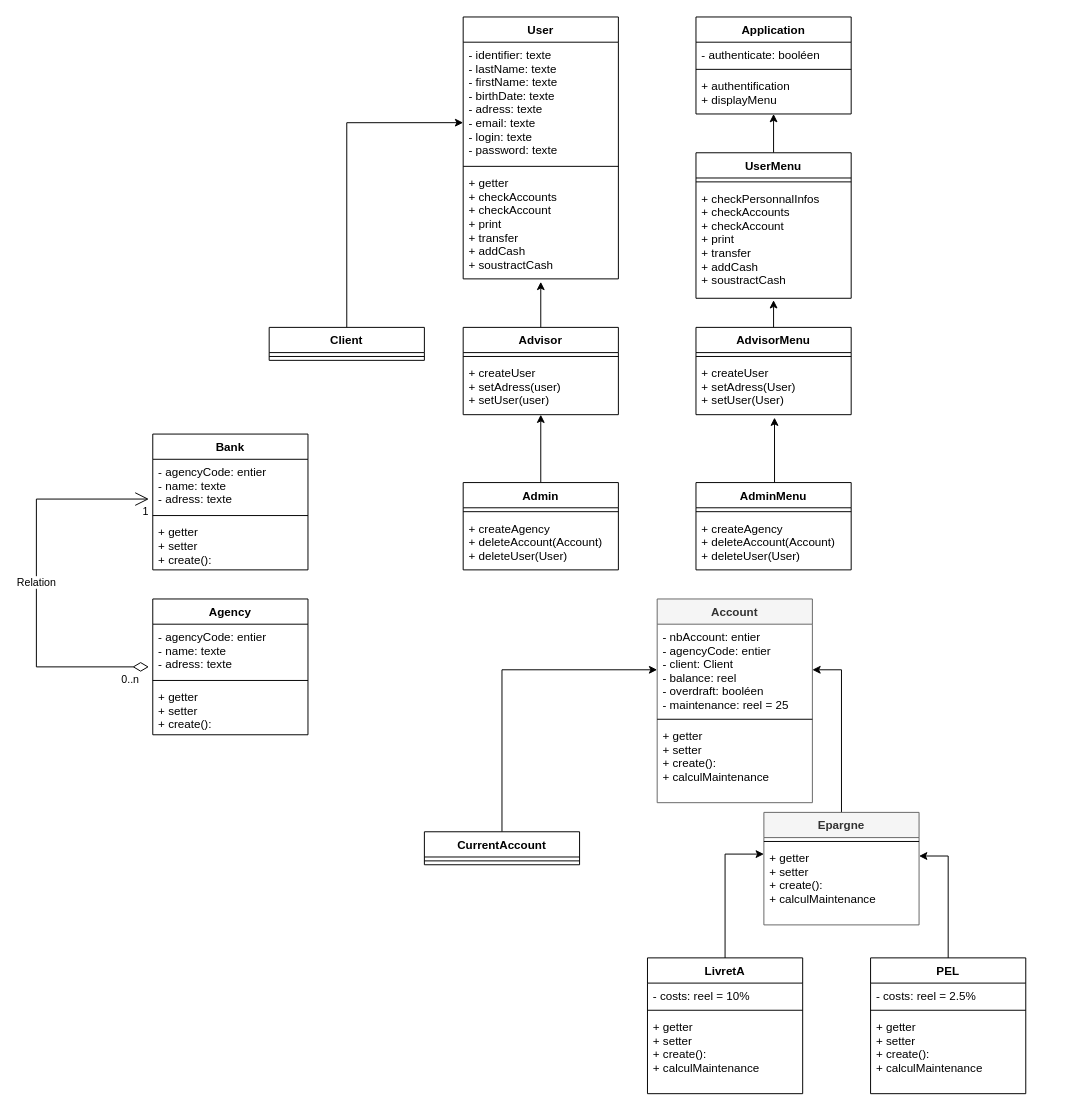
Above: CDA Banque.drawio in Yoann-Fortin/CDA-Banque (draw.io), before the change. Source tidied: cells renumbered, new cells numbered last; positions are measured from the earlier drawing's top-left corner, leaving out a move shared by most shapes. Both pictures are drawn from the tidied source at 97%, with x=0, y=0 at pixel (36, 16).
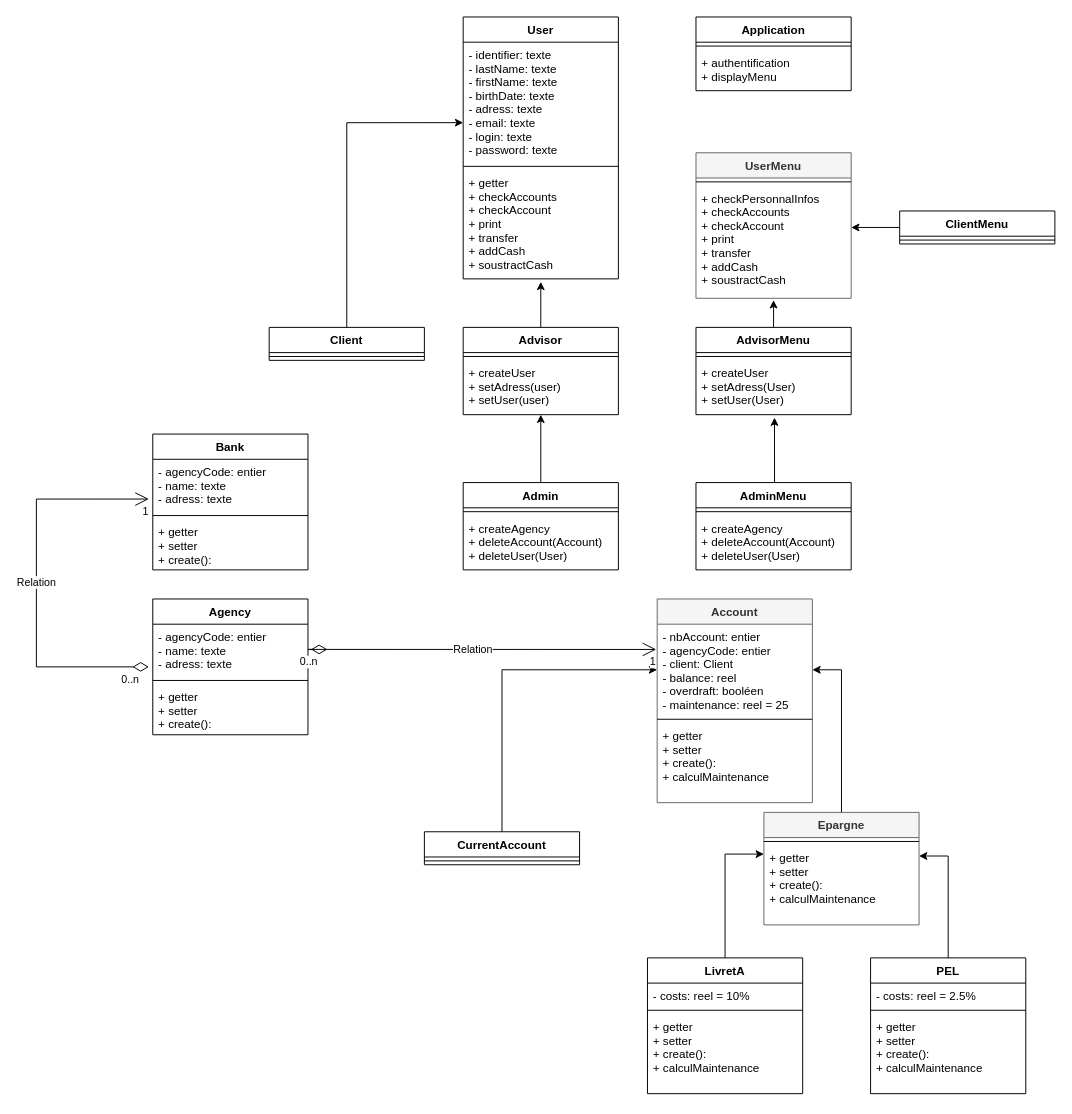
The same page after the edit.

The change refers to these unchanged cells:
```xml
<mxCell id="3" value="- nbAccount: entier&#10;- agencyCode: entier&#10;- client: Client&#10;- balance: reel&#10;- overdraft: booléen&#10;- maintenance: reel = 25" style="text;strokeColor=none;fillColor=none;align=left;verticalAlign=top;spacingLeft=4;spacingRight=4;overflow=hidden;points=[[0,0.5],[1,0.5]];portConstraint=eastwest;" parent="2" vertex="1">
  <mxGeometry y="26" width="160" height="94" as="geometry" />
</mxCell>
<mxCell id="42" value="+ checkPersonnalInfos&#10;+ checkAccounts&#10;+ checkAccount&#10;+ print&#10;+ transfer&#10;+ addCash&#10;+ soustractCash" style="text;strokeColor=none;fillColor=none;align=left;verticalAlign=top;spacingLeft=4;spacingRight=4;overflow=hidden;points=[[0,0.5],[1,0.5]];portConstraint=eastwest;" parent="40" vertex="1">
  <mxGeometry y="34" width="160" height="116" as="geometry" />
</mxCell>
```

Change to the diagram source:
```diff
@@
     <mxCell id="35" value="Application" style="swimlane;fontStyle=1;align=center;verticalAlign=top;horizontal=1;startSize=26;" parent="1" vertex="1">
-      <mxGeometry x="680" width="160" height="100" as="geometry" />
+      <mxGeometry x="680" width="160" height="76" as="geometry" />
     </mxCell>
-    <mxCell id="36" value="- authenticate: booléen" style="text;strokeColor=none;fillColor=none;align=left;verticalAlign=top;spacingLeft=4;spacingRight=4;overflow=hidden;" parent="35" vertex="1">
-      <mxGeometry y="26" width="160" height="24" as="geometry" />
-    </mxCell>
     <mxCell id="37" style="line;strokeWidth=1;fillColor=none;align=left;verticalAlign=middle;spacingTop=-1;spacingLeft=3;spacingRight=3;labelPosition=right;" parent="35" vertex="1">
-      <mxGeometry y="50" width="160" height="8" as="geometry" />
+      <mxGeometry y="26" width="160" height="8" as="geometry" />
     </mxCell>
     <mxCell id="38" value="+ authentification&#10;+ displayMenu" style="text;strokeColor=none;fillColor=none;align=left;verticalAlign=top;spacingLeft=4;spacingRight=4;overflow=hidden;points=[[0,0.5],[1,0.5]];portConstraint=eastwest;" parent="35" vertex="1">
-      <mxGeometry y="58" width="160" height="42" as="geometry" />
+      <mxGeometry y="34" width="160" height="42" as="geometry" />
     </mxCell>
-    <mxCell id="39" style="edgeStyle=orthogonalEdgeStyle;rounded=0;jettySize=auto;html=1;exitX=0.5;exitY=0;exitDx=0;exitDy=0;entryX=0.5;entryY=1;entryDx=0;entryDy=0;entryPerimeter=0;" parent="1" edge="1" source="40" target="38">
-      <mxGeometry relative="1" as="geometry" />
-    </mxCell>
-    <mxCell id="40" value="UserMenu" style="swimlane;fontStyle=1;align=center;verticalAlign=top;horizontal=1;startSize=26;" parent="1" vertex="1">
+    <mxCell id="40" value="UserMenu" style="swimlane;fontStyle=1;align=center;verticalAlign=top;horizontal=1;startSize=26;fillColor=#f5f5f5;fontColor=#333333;strokeColor=#666666;" parent="1" vertex="1">
       <mxGeometry x="680" y="140" width="160" height="150" as="geometry" />
     </mxCell>
@@
+    <mxCell id="65" value="Relation" style="endArrow=open;html=1;endSize=12;startArrow=diamondThin;startSize=14;startFill=0;edgeStyle=orthogonalEdgeStyle;rounded=0;entryX=-0.006;entryY=0.277;entryDx=0;entryDy=0;entryPerimeter=0;" parent="1" edge="1" target="3">
+      <mxGeometry relative="1" as="geometry">
+        <mxPoint x="300" y="652" as="sourcePoint" />
+        <Array as="points">
+          <mxPoint x="280" y="652" />
+        </Array>
+      </mxGeometry>
+    </mxCell>
+    <mxCell id="66" value="0..n" style="edgeLabel;html=1;align=left;verticalAlign=top;" parent="65" vertex="1">
+      <mxGeometry x="-1" relative="1" as="geometry">
+        <mxPoint x="-30" as="offset" />
+      </mxGeometry>
+    </mxCell>
+    <mxCell id="67" value="1" style="edgeLabel;html=1;align=right;verticalAlign=top;" parent="65" vertex="1">
+      <mxGeometry x="1" relative="1" as="geometry" />
+    </mxCell>
+    <mxCell id="68" style="edgeStyle=orthogonalEdgeStyle;rounded=0;jettySize=auto;html=1;" parent="1" edge="1" source="69" target="42">
+      <mxGeometry relative="1" as="geometry">
+        <Array as="points">
+          <mxPoint x="850" y="217" />
+          <mxPoint x="850" y="217" />
+        </Array>
+      </mxGeometry>
+    </mxCell>
+    <mxCell id="69" value="ClientMenu" style="swimlane;fontStyle=1;align=center;verticalAlign=top;horizontal=1;startSize=26;" parent="1" vertex="1">
+      <mxGeometry x="890" y="200" width="160" height="34" as="geometry" />
+    </mxCell>
+    <mxCell id="70" style="line;strokeWidth=1;fillColor=none;align=left;verticalAlign=middle;spacingTop=-1;spacingLeft=3;spacingRight=3;labelPosition=right;" parent="69" vertex="1">
+      <mxGeometry y="26" width="160" height="8" as="geometry" />
+    </mxCell>
```
